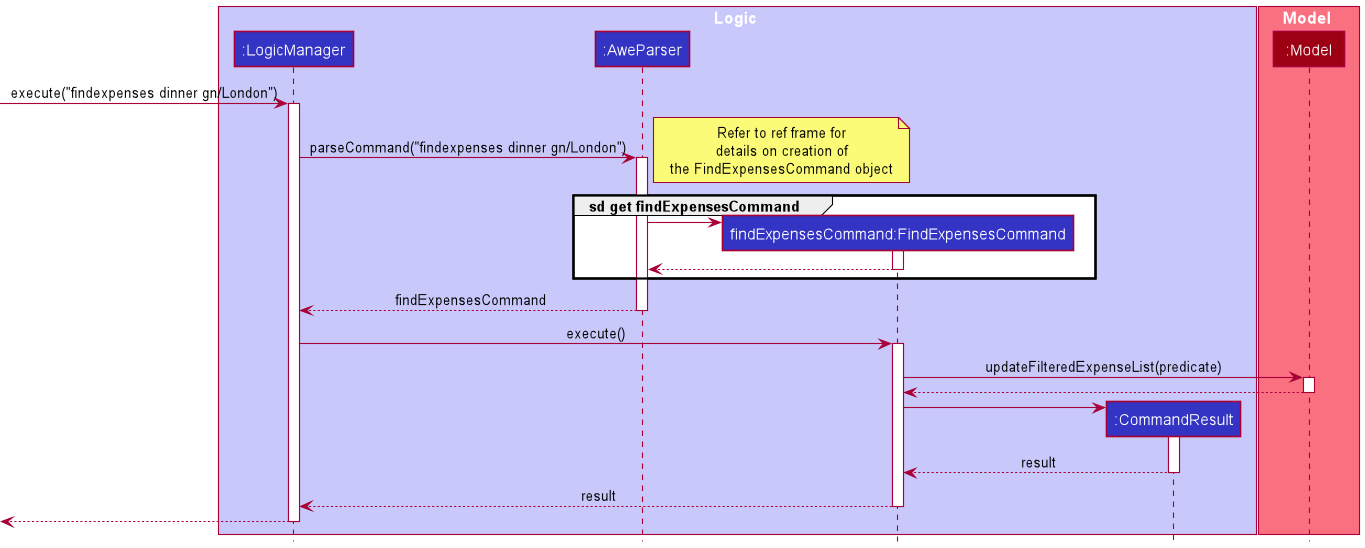
Earlier version of the PlantUML export docs/images/FindExpensesSequenceDiagram.png (ramapriyan912001/tp).
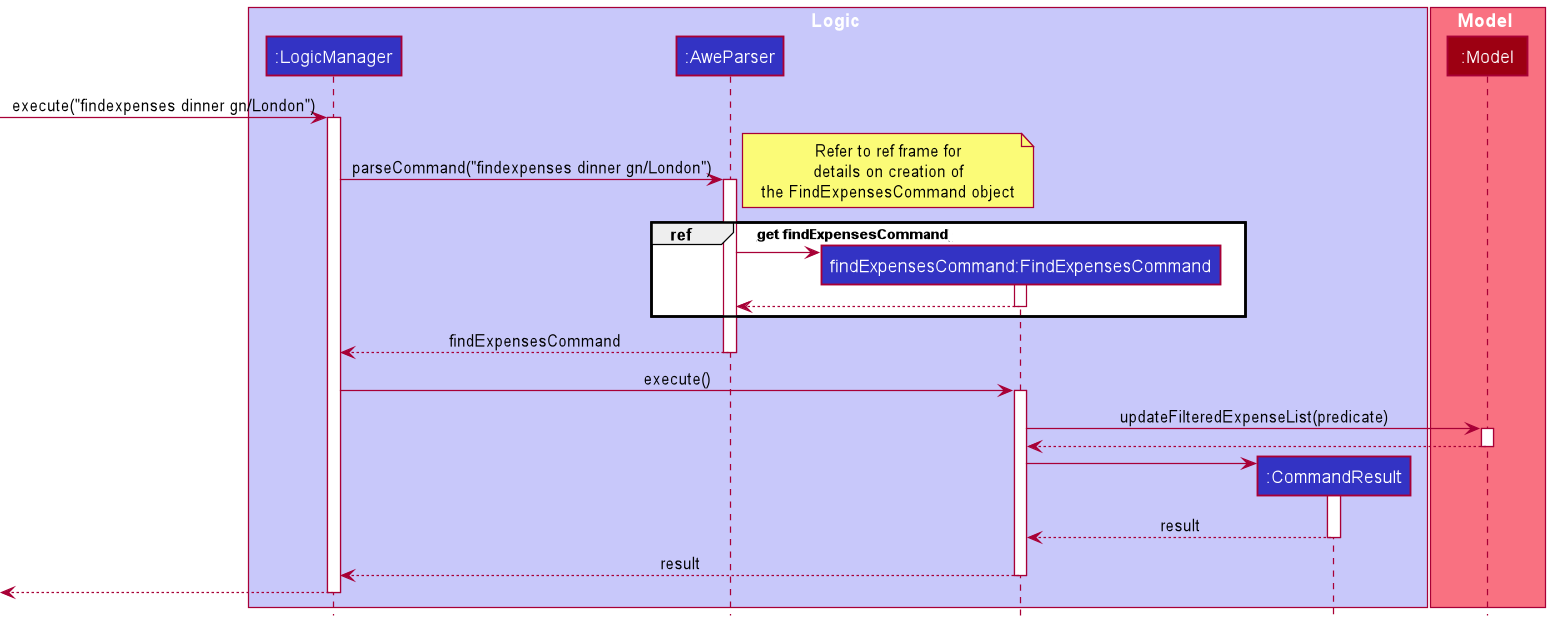
After the commit.

Change to the diagram source:
```diff
@@ -23,7 +23,7 @@
 details on creation of
 the FindExpensesCommand object
 end note
-group sd get findExpensesCommand
+group ref [get findExpensesCommand]
 create FindExpensesCommand
 AweParser -> FindExpensesCommand
 activate FindExpensesCommand
```
